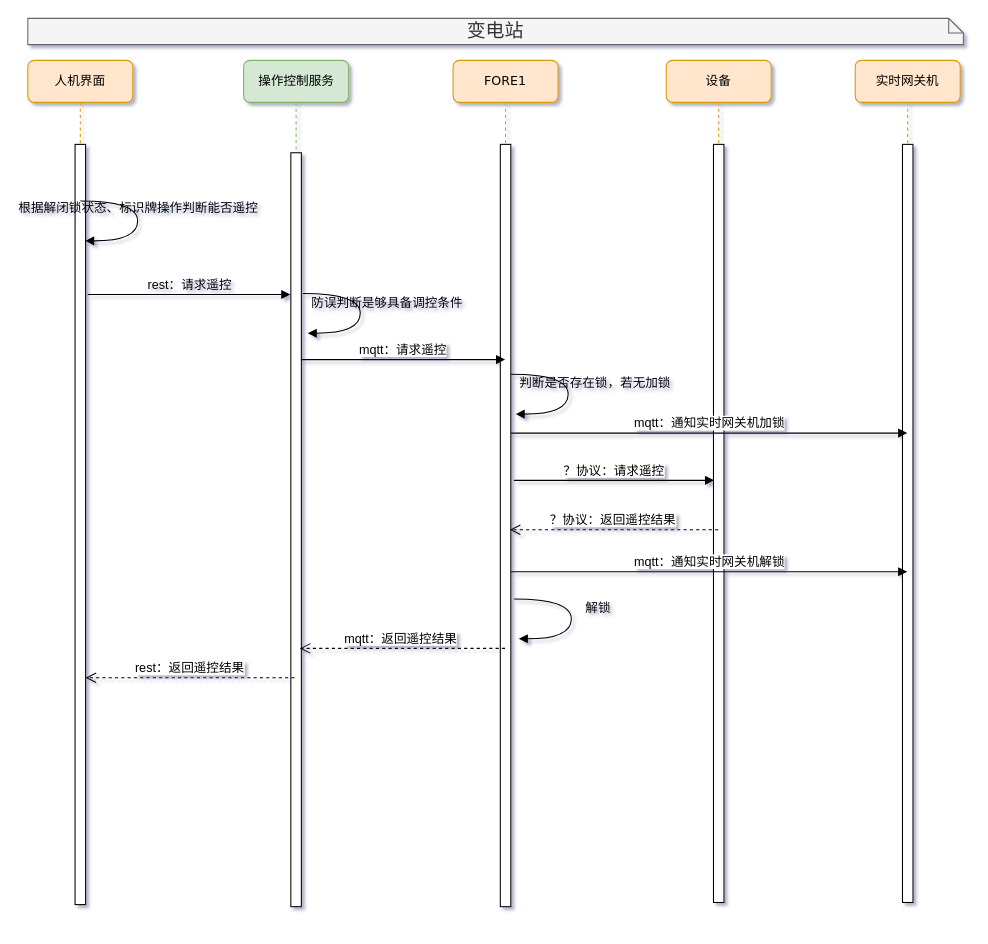
Above: page "变电站直控" (5 of 8) of 操作与控制.drawio in qwe995272801/taowenxiang (draw.io), before the change. Source tidied: cells renumbered, new cells numbered last; positions are measured from the earlier drawing's top-left corner, leaving out a move shared by most shapes. Both pictures are drawn from the tidied source at 105%, with x=0, y=0 at pixel (27, 18).
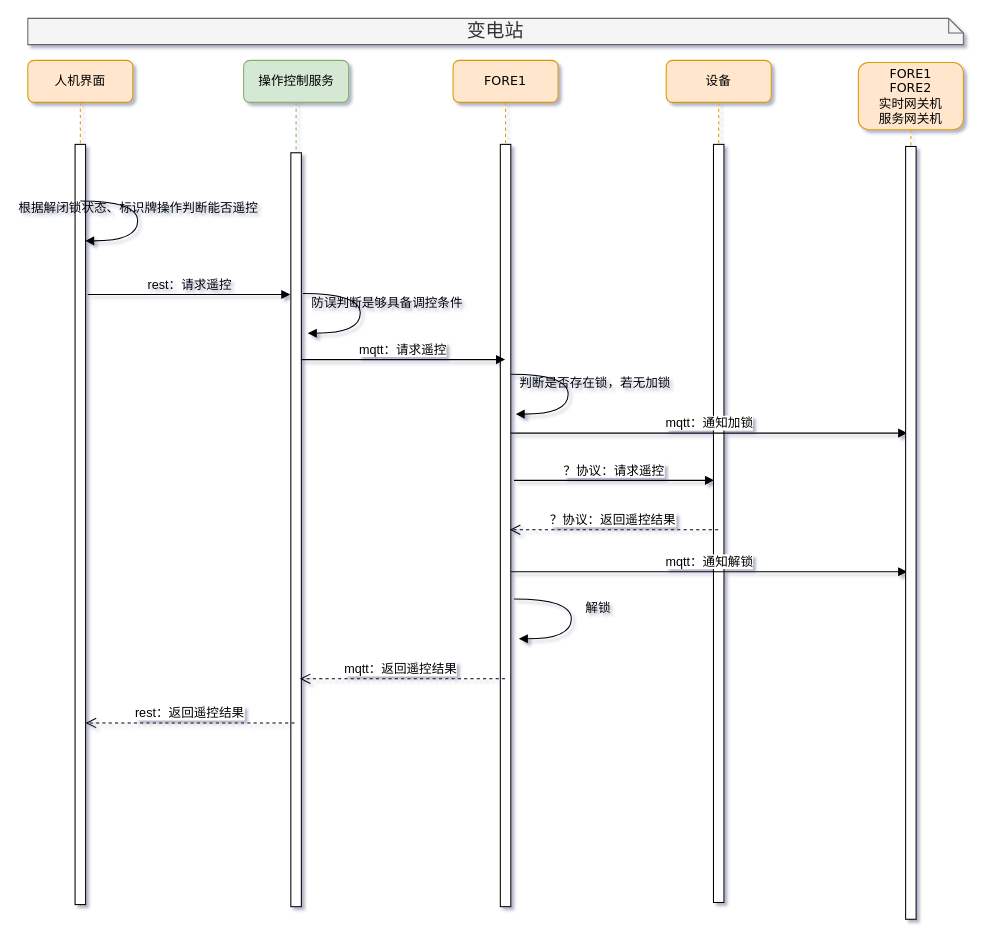
The same diagram, later.

Change to the diagram source:
```diff
@@
     <mxCell id="7" value="mqtt：返回遥控结果" style="html=1;verticalAlign=bottom;endArrow=open;dashed=1;endSize=8;fontFamily=Helvetica;fontSize=12;" parent="1" edge="1">
       <mxGeometry x="0.02" relative="1" as="geometry">
-        <mxPoint x="454.5" y="600" as="sourcePoint" />
-        <mxPoint x="259" y="600" as="targetPoint" />
+        <mxPoint x="454.5" y="629" as="sourcePoint" />
+        <mxPoint x="259" y="629" as="targetPoint" />
       </mxGeometry>
     </mxCell>
@@
     <mxCell id="18" value="rest：返回遥控结果" style="html=1;verticalAlign=bottom;endArrow=open;dashed=1;endSize=8;fontFamily=Helvetica;entryX=1.1;entryY=0.98;entryDx=0;entryDy=0;entryPerimeter=0;fontSize=12;" parent="1" edge="1">
       <mxGeometry relative="1" as="geometry">
-        <mxPoint x="254" y="628" as="sourcePoint" />
-        <mxPoint x="55" y="628" as="targetPoint" />
+        <mxPoint x="254" y="671" as="sourcePoint" />
+        <mxPoint x="55" y="671" as="targetPoint" />
       </mxGeometry>
     </mxCell>
@@
-    <mxCell id="20" value="实时网关机" style="shape=umlLifeline;perimeter=lifelinePerimeter;whiteSpace=wrap;html=1;rounded=1;shadow=0;comic=0;labelBackgroundColor=none;strokeWidth=1;fontFamily=Verdana;fontSize=12;align=center;fillColor=#ffe6cc;strokeColor=#d79b00;" parent="1" vertex="1">
-      <mxGeometry x="788" y="40" width="100" height="802" as="geometry" />
-    </mxCell>
-    <mxCell id="21" style="html=1;perimeter=orthogonalPerimeter;rounded=0;shadow=0;comic=0;labelBackgroundColor=none;strokeWidth=1;fontFamily=Helvetica;fontSize=12;align=center;" parent="20" vertex="1">
-      <mxGeometry x="45" y="80" width="10" height="722" as="geometry" />
-    </mxCell>
-    <mxCell id="22" value="mqtt：通知实时网关机加锁" style="html=1;verticalAlign=bottom;endArrow=block;fontFamily=Helvetica;fontSize=12;" parent="1" edge="1">
+    <mxCell id="22" value="mqtt：通知加锁" style="html=1;verticalAlign=bottom;endArrow=block;fontFamily=Helvetica;fontSize=12;" parent="1" edge="1">
       <mxGeometry relative="1" as="geometry">
         <mxPoint x="460" y="395" as="sourcePoint" />
         <mxPoint x="837.5" y="395" as="targetPoint" />
       </mxGeometry>
     </mxCell>
-    <mxCell id="23" value="mqtt：通知实时网关机解锁" style="html=1;verticalAlign=bottom;endArrow=block;fontFamily=Helvetica;fontSize=12;" parent="1" edge="1">
+    <mxCell id="23" value="mqtt：通知解锁" style="html=1;verticalAlign=bottom;endArrow=block;fontFamily=Helvetica;fontSize=12;" parent="1" edge="1">
       <mxGeometry relative="1" as="geometry">
         <mxPoint x="460" y="527" as="sourcePoint" />
         <mxPoint x="837.5" y="527" as="targetPoint" />
       </mxGeometry>
     </mxCell>
@@
+    <mxCell id="25" value="&lt;div&gt;FORE1&lt;/div&gt;&lt;div&gt;FORE2&lt;/div&gt;&lt;div&gt;实时网关机&lt;br&gt;&lt;/div&gt;&lt;div&gt;服务网关机&lt;/div&gt;" style="shape=umlLifeline;perimeter=lifelinePerimeter;whiteSpace=wrap;html=1;rounded=1;shadow=0;comic=0;labelBackgroundColor=none;strokeWidth=1;fontFamily=Verdana;fontSize=12;align=center;fillColor=#ffe6cc;strokeColor=#d79b00;size=64;" parent="1" vertex="1">
+      <mxGeometry x="791" y="42" width="100" height="816" as="geometry" />
+    </mxCell>
+    <mxCell id="26" style="html=1;perimeter=orthogonalPerimeter;rounded=0;shadow=0;comic=0;labelBackgroundColor=none;strokeWidth=1;fontFamily=Helvetica;fontSize=12;align=center;" parent="25" vertex="1">
+      <mxGeometry x="45" y="80" width="10" height="736" as="geometry" />
+    </mxCell>
```
